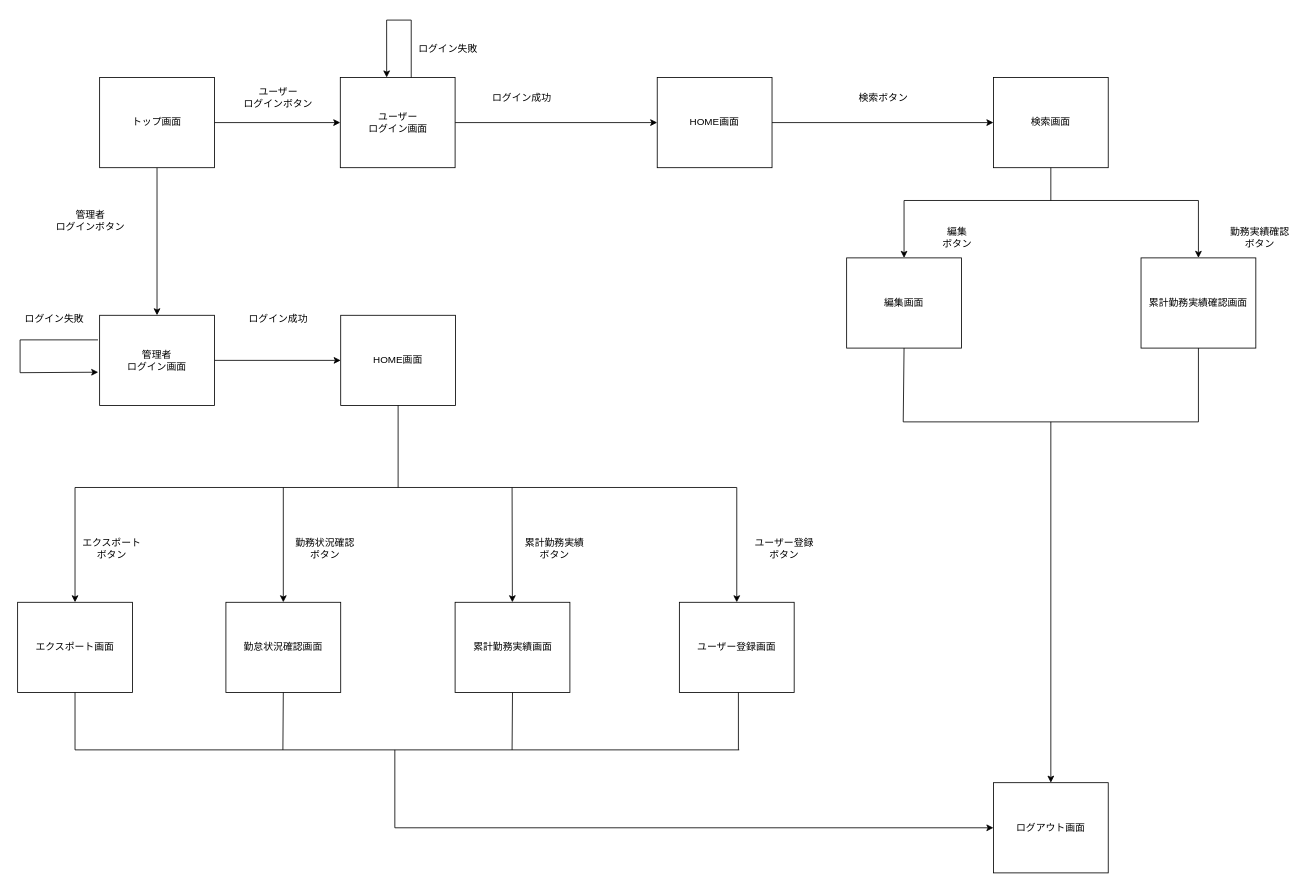
OsakiKCCS/sampleRepo keeps this draw.io diagram as page "画面遷移図" (1 of 3) of 画面遷移図.drawio. Above is the earlier version. Source tidied: cells renumbered, new cells numbered last; positions are measured from the earlier drawing's top-left corner, leaving out a move shared by most shapes. Both pictures are drawn from the tidied source at 82%, with x=0, y=0 at pixel (17, 20).
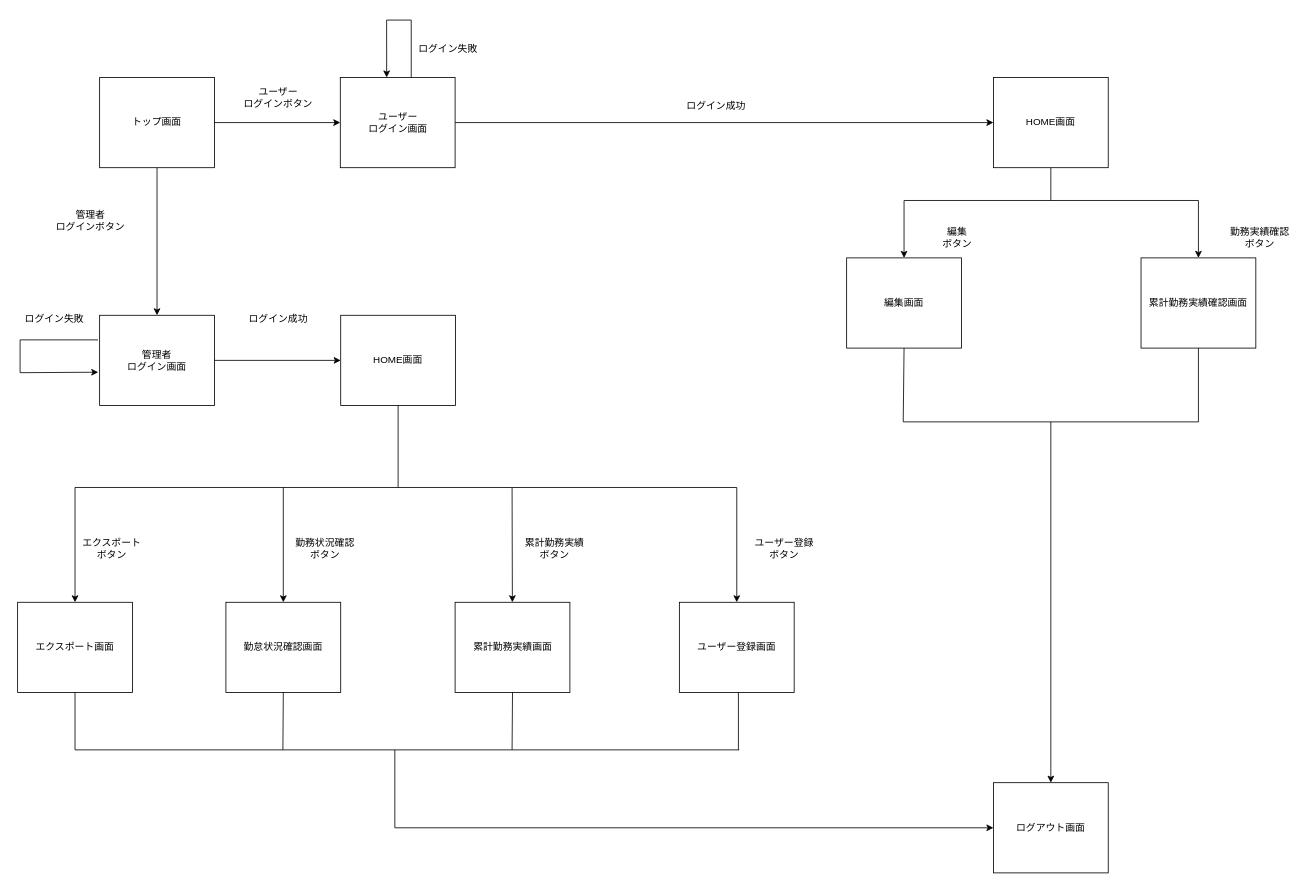
Above is the later version.

Diff of the diagram source:
```diff
@@
-    <mxCell id="16" style="edgeStyle=orthogonalEdgeStyle;rounded=0;jettySize=auto;html=1;" parent="1" edge="1" source="17" target="25">
-      <mxGeometry relative="1" as="geometry" />
-    </mxCell>
     <mxCell id="17" value="HOME画面" style="rounded=0;whiteSpace=wrap;html=1;" parent="1" vertex="1">
-      <mxGeometry x="780" y="70" width="140" height="110" as="geometry" />
+      <mxGeometry x="1190" y="70" width="140" height="110" as="geometry" />
     </mxCell>
@@
     <mxCell id="23" value="&lt;div&gt;ログイン成功&lt;/div&gt;" style="text;html=1;align=center;verticalAlign=middle;whiteSpace=wrap;rounded=0;" parent="1" vertex="1">
-      <mxGeometry x="570" y="80" width="90" height="30" as="geometry" />
+      <mxGeometry x="807" y="90" width="90" height="30" as="geometry" />
     </mxCell>
@@
-    <mxCell id="25" value="検索画面" style="rounded=0;whiteSpace=wrap;html=1;" parent="1" vertex="1">
-      <mxGeometry x="1190" y="70" width="140" height="110" as="geometry" />
-    </mxCell>
-    <mxCell id="26" value="&lt;div&gt;検索ボタン&lt;/div&gt;" style="text;html=1;align=center;verticalAlign=middle;whiteSpace=wrap;rounded=0;" parent="1" vertex="1">
-      <mxGeometry x="1011" y="80" width="90" height="30" as="geometry" />
-    </mxCell>
@@
-    <mxCell id="30" style="endArrow=none;html=1;rounded=0;entryX=0.5;entryY=1;entryDx=0;entryDy=0;" parent="1" edge="1" target="25">
+    <mxCell id="30" style="endArrow=none;html=1;rounded=0;entryX=0.5;entryY=1;entryDx=0;entryDy=0;" parent="1" edge="1">
       <mxGeometry relative="1" as="geometry">
         <mxPoint x="1260" y="220" as="sourcePoint" />
+        <mxPoint x="1260" y="180" as="targetPoint" />
       </mxGeometry>
     </mxCell>
```
